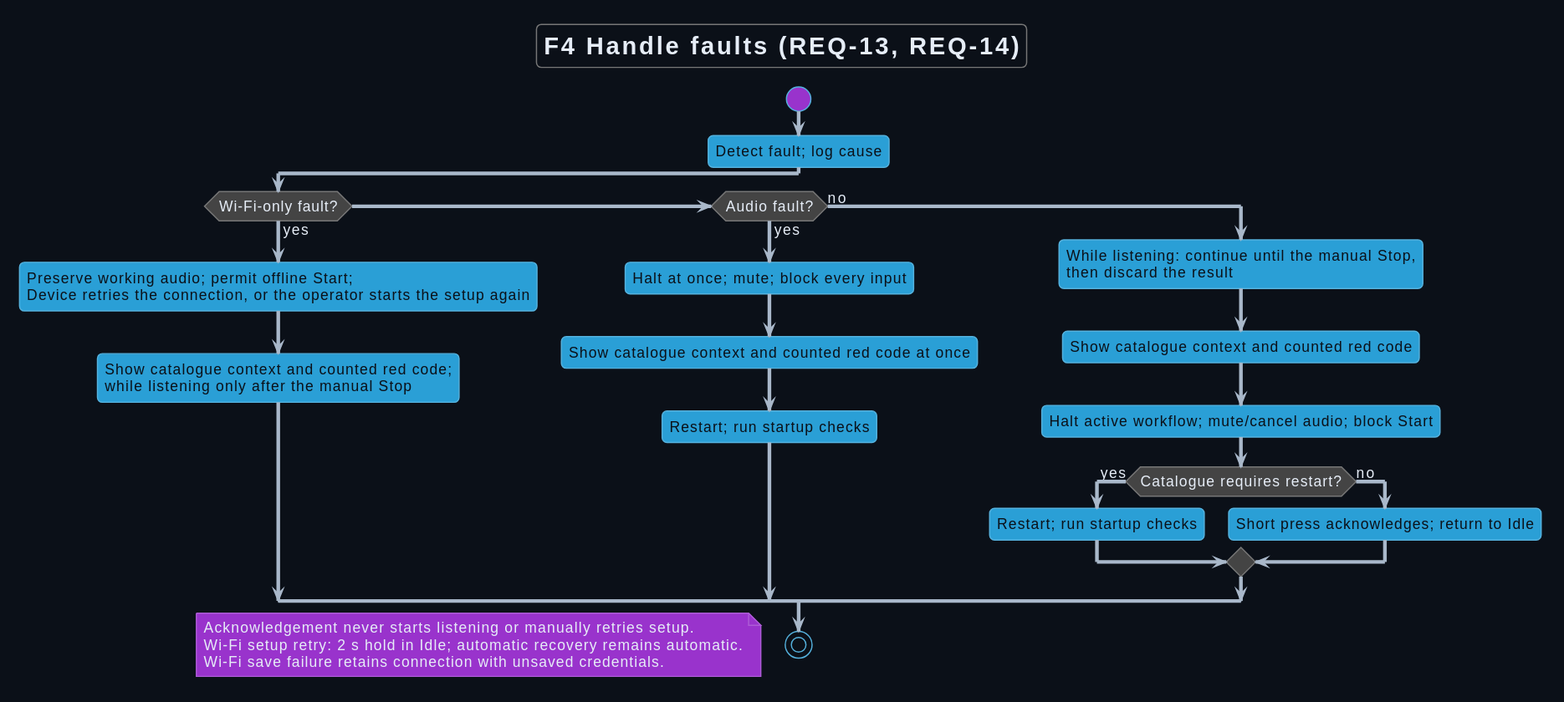
Above: Development/system/requirements/use-cases/rendered/uc_04_faults.svg in DemonicPsychoII/DigitalStethoscope (PlantUML), before the change.
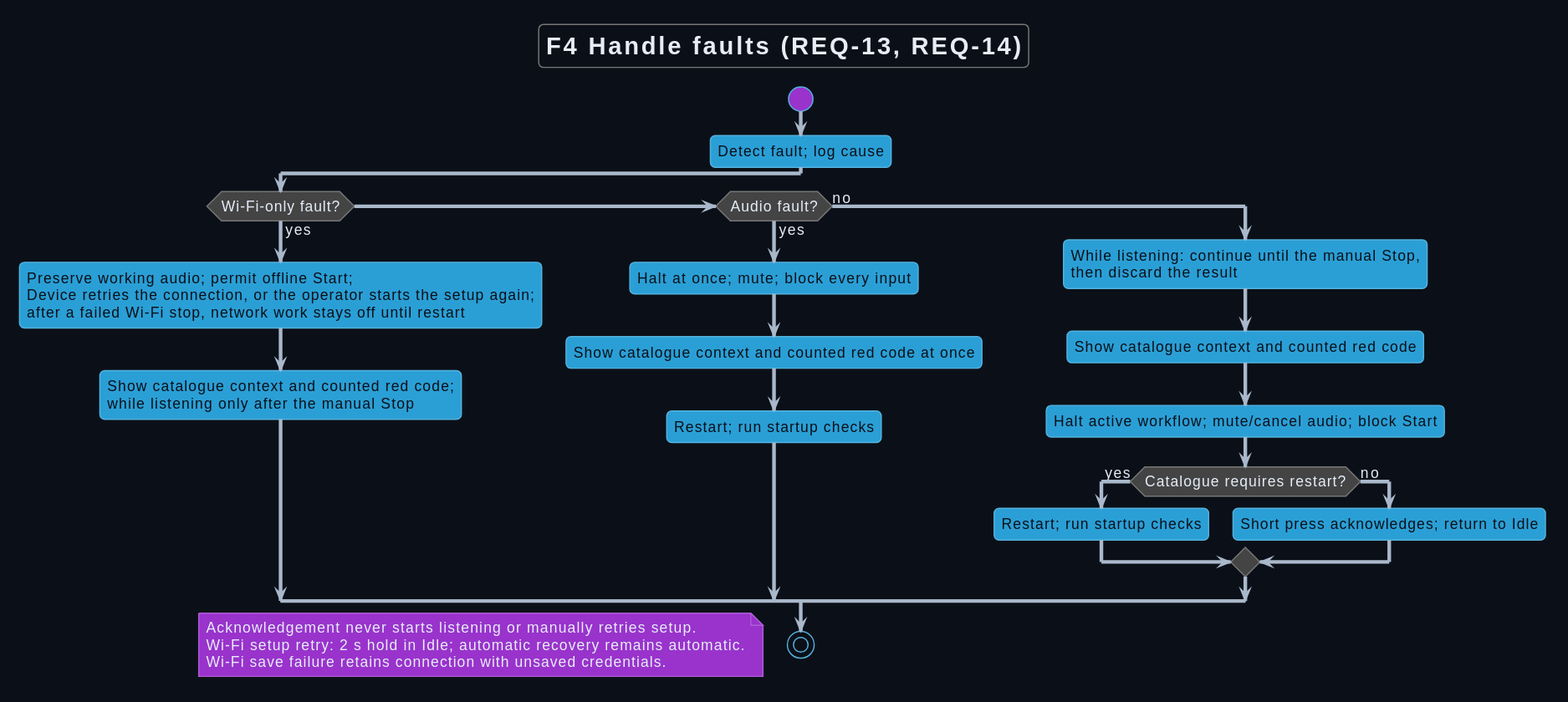
After the change.

Change to the diagram source:
```diff
@@ -13,7 +13,7 @@
 start
 :Detect fault; log cause;
 if (Wi-Fi-only fault?) then (yes)
- :Preserve working audio; permit offline Start;\nDevice retries the connection, or the operator starts the setup again;
+ :Preserve working audio; permit offline Start;\nDevice retries the connection, or the operator starts the setup again;\nafter a failed Wi-Fi stop, network work stays off until restart;
  :Show catalogue context and counted red code;\nwhile listening only after the manual Stop;
 elseif (Audio fault?) then (yes)
  :Halt at once; mute; block every input;
```
